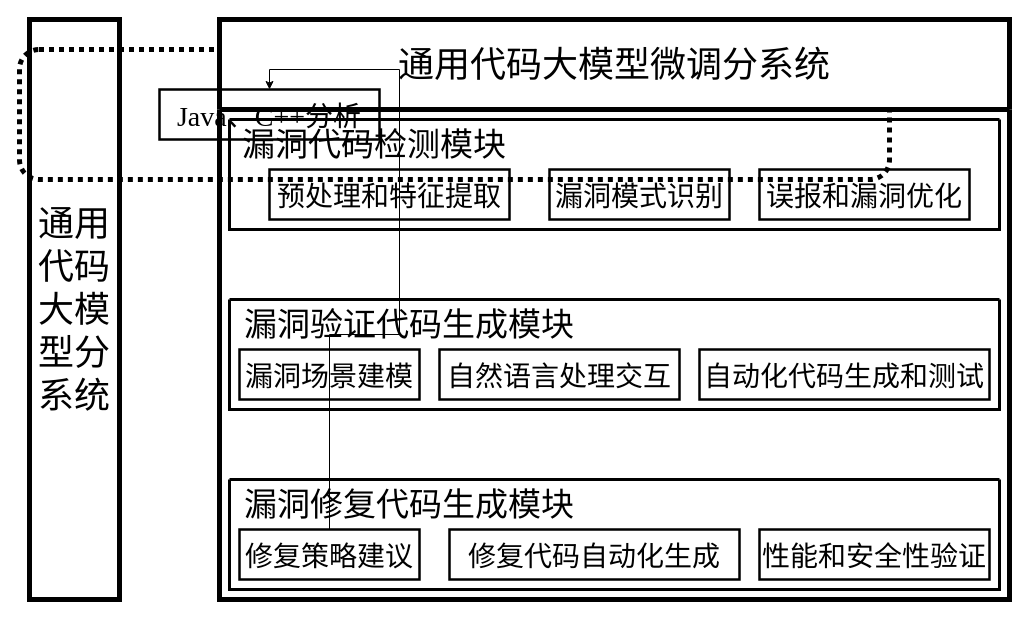
Earlier version of the draw.io diagram 工作原理图.drawio (LovenSar/-). Source tidied: cells renumbered, new cells numbered last; positions are measured from the earlier drawing's top-left corner, leaving out a move shared by most shapes. Both pictures are drawn from the tidied source at 100%, with x=0, y=0 at pixel (19, 19).
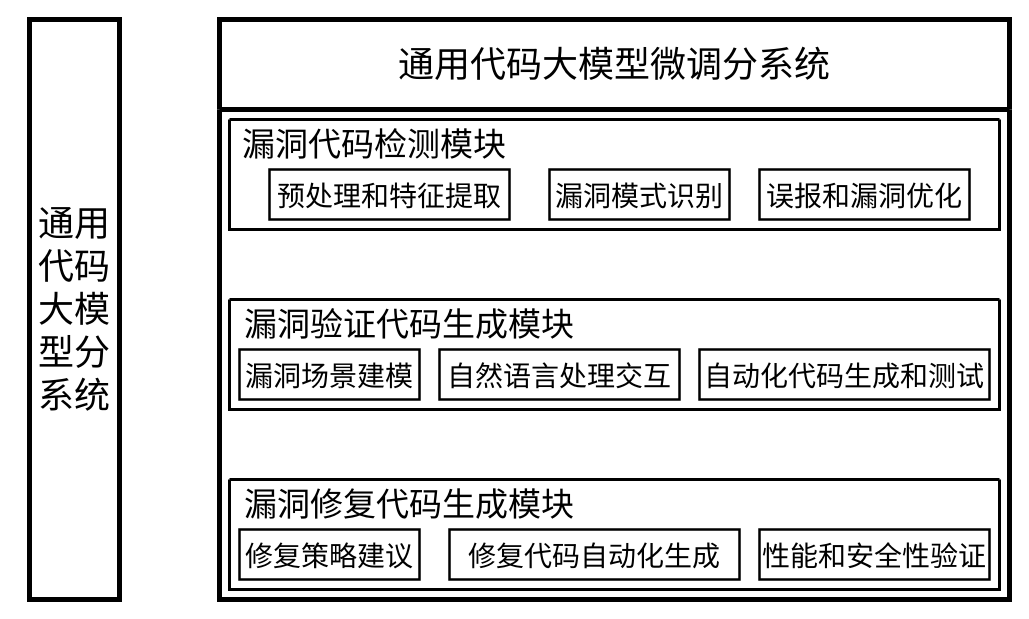
Above is the later version.

Commit message (it also covers changes not shown here):
更新工作原理图.drawio

The change refers to these unchanged cells:
```xml
<mxCell id="6" value="&lt;font face=&quot;Times New Roman&quot; style=&quot;font-size: 28px;&quot;&gt;修复策略建议&lt;/font&gt;" style="rounded=0;whiteSpace=wrap;html=1;fillColor=none;strokeWidth=2.5;fontFamily=宋体;fontSize=33;" parent="5" vertex="1">
  <mxGeometry x="10" y="50" width="180" height="50" as="geometry" />
</mxCell>
```

What changed in the source:
```diff
@@
-    <mxCell id="3" style="rounded=1;whiteSpace=wrap;html=1;fillColor=none;strokeWidth=5;dashed=1;dashPattern=1 1;fontFamily=宋体;" parent="1" vertex="1">
-      <mxGeometry y="30" width="870" height="130" as="geometry" />
-    </mxCell>
@@
-    <mxCell id="20" style="edgeStyle=orthogonalEdgeStyle;rounded=0;jettySize=auto;html=1;entryX=0.5;entryY=0;entryDx=0;entryDy=0;fontFamily=宋体;" parent="1" edge="1" source="6" target="21">
-      <mxGeometry relative="1" as="geometry" />
-    </mxCell>
-    <mxCell id="21" value="&lt;span style=&quot;font-size: 28px;&quot;&gt;&lt;font face=&quot;Times New Roman&quot;&gt;Java&lt;/font&gt;、&lt;font face=&quot;Times New Roman&quot;&gt;C++&lt;/font&gt;分析&lt;/span&gt;" style="rounded=0;whiteSpace=wrap;html=1;fillColor=none;strokeWidth=2.5;fontFamily=宋体;fontSize=33;" parent="1" vertex="1">
-      <mxGeometry x="140" y="70" width="220" height="50" as="geometry" />
-    </mxCell>
```
